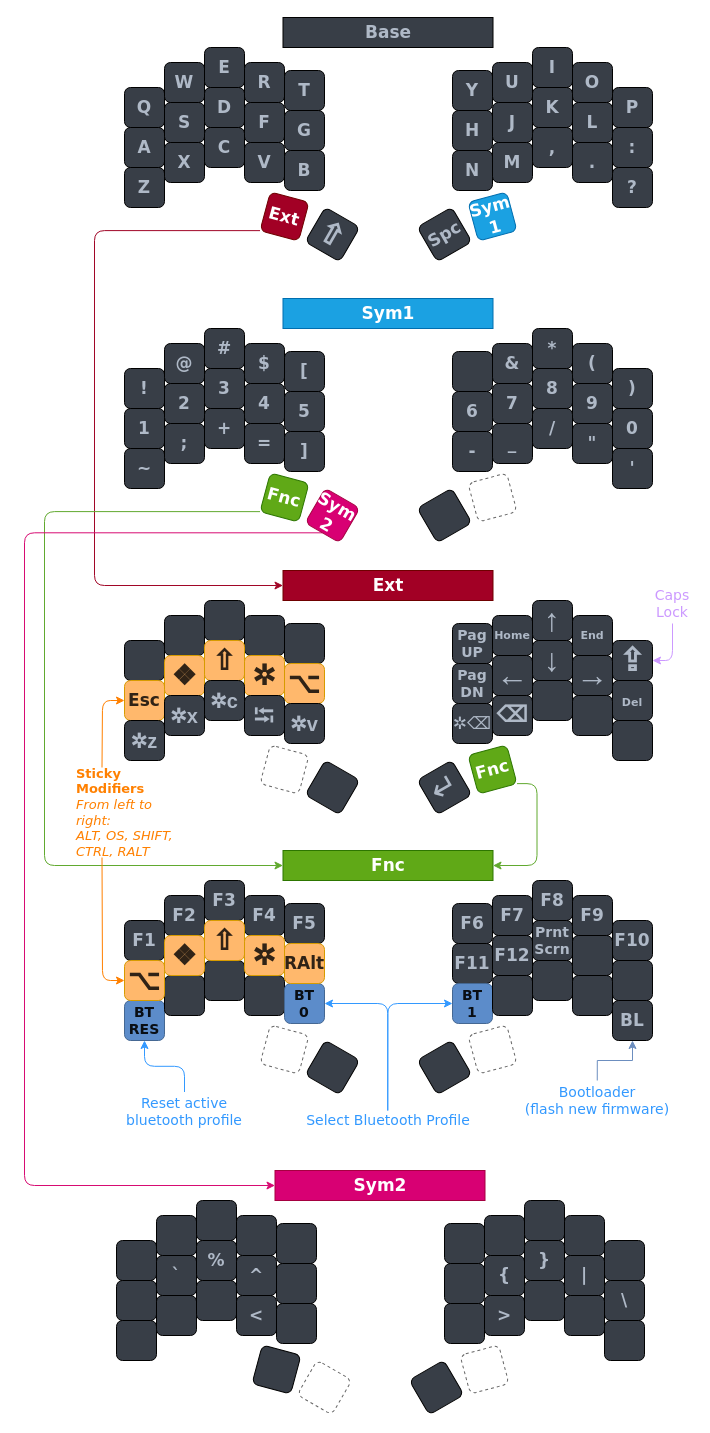
Above: carlson-urchin.drawio in CarlsonCarlson/zmk-urchin (draw.io), before the change. Source tidied: cells renumbered, new cells numbered last; positions are measured from the earlier drawing's top-left corner, leaving out a move shared by most shapes. Both pictures are drawn from the tidied source at 100%, with x=0, y=0 at pixel (24, 17).
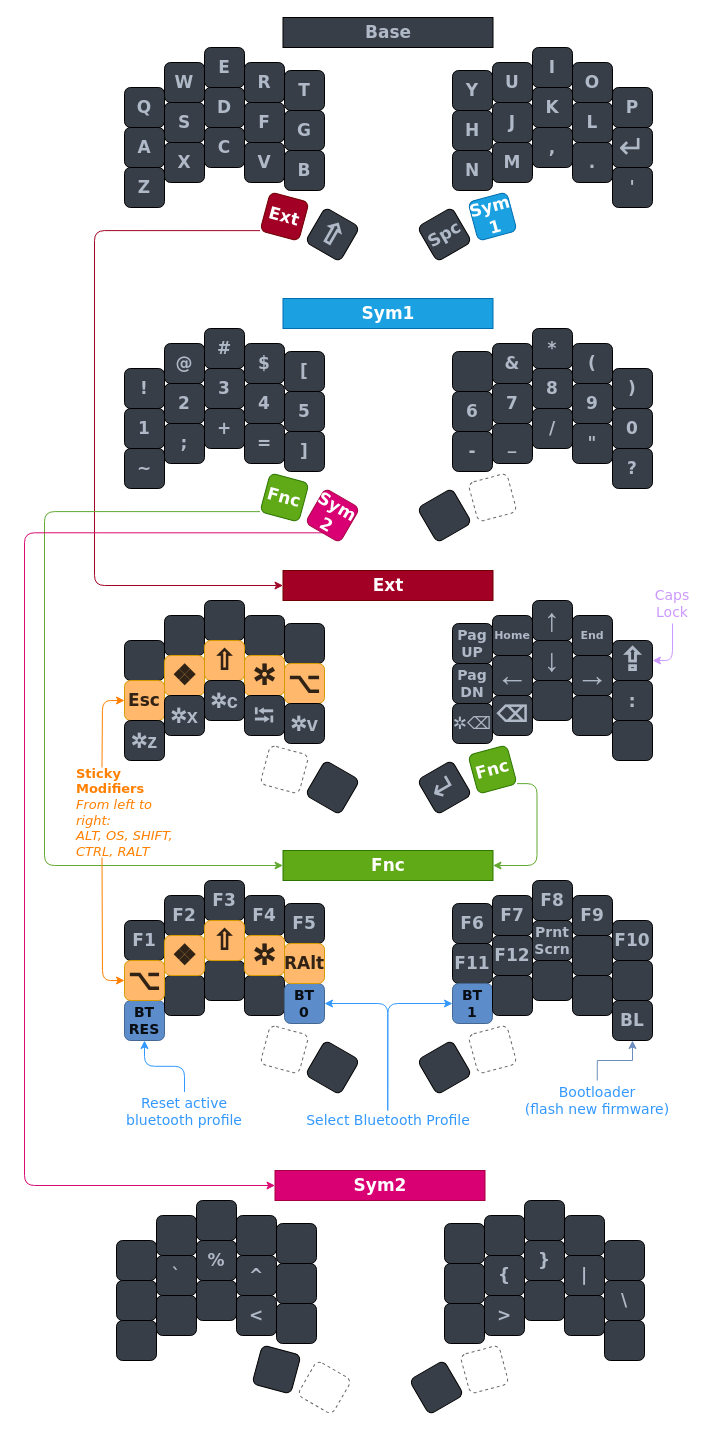
The same page after the edit.

Commit message (it also covers changes not shown here):
trying enter, colon, qmark, and sqt on different places

What changed in the source:
```diff
@@
-    <mxCell id="29" value=":" style="whiteSpace=wrap;html=1;fontSize=17;fontFamily=Verdana;fontStyle=1;fontColor=#AFB9C7;fillColor=#383E47;rounded=1;" parent="1" vertex="1">
+    <mxCell id="29" value="&lt;span style=&quot;font-family: &amp;quot;segoe ui emoji&amp;quot;, &amp;quot;apple color emoji&amp;quot;, &amp;quot;noto color emoji&amp;quot;; font-size: 32px; font-weight: 400;&quot;&gt;↵&lt;/span&gt;" style="whiteSpace=wrap;html=1;fontSize=17;fontFamily=Verdana;fontStyle=1;fontColor=#AFB9C7;fillColor=#383E47;rounded=1;" parent="1" vertex="1">
       <mxGeometry x="588" y="110" width="40" height="40" as="geometry" />
     </mxCell>
@@
-    <mxCell id="34" value="?" style="whiteSpace=wrap;html=1;fontSize=17;fontFamily=Verdana;fontStyle=1;fontColor=#AFB9C7;fillColor=#383E47;rounded=1;" parent="1" vertex="1">
+    <mxCell id="34" value="'" style="whiteSpace=wrap;html=1;fontSize=17;fontFamily=Verdana;fontStyle=1;fontColor=#AFB9C7;fillColor=#383E47;rounded=1;" parent="1" vertex="1">
       <mxGeometry x="588" y="150" width="40" height="40" as="geometry" />
     </mxCell>
@@
-    <mxCell id="71" value="'" style="whiteSpace=wrap;html=1;fontSize=17;fontFamily=Verdana;fontStyle=1;fontColor=#AFB9C7;fillColor=#383E47;rounded=1;" parent="1" vertex="1">
+    <mxCell id="71" value="?" style="whiteSpace=wrap;html=1;fontSize=17;fontFamily=Verdana;fontStyle=1;fontColor=#AFB9C7;fillColor=#383E47;rounded=1;" parent="1" vertex="1">
       <mxGeometry x="588" y="431" width="40" height="40" as="geometry" />
     </mxCell>
@@
-    <mxCell id="101" value="&lt;font face=&quot;Verdana&quot; style=&quot;font-size: 11px;&quot;&gt;Del&lt;/font&gt;" style="whiteSpace=wrap;html=1;fontSize=17;fontFamily=Verdana;fontStyle=1;fontColor=#AFB9C7;fillColor=#383E47;rounded=1;" parent="1" vertex="1">
+    <mxCell id="101" value="&lt;font style=&quot;font-size: 18px;&quot;&gt;:&lt;/font&gt;" style="whiteSpace=wrap;html=1;fontSize=17;fontFamily=Verdana;fontStyle=1;fontColor=#AFB9C7;fillColor=#383E47;rounded=1;" parent="1" vertex="1">
       <mxGeometry x="588" y="663" width="40" height="40" as="geometry" />
     </mxCell>
```
